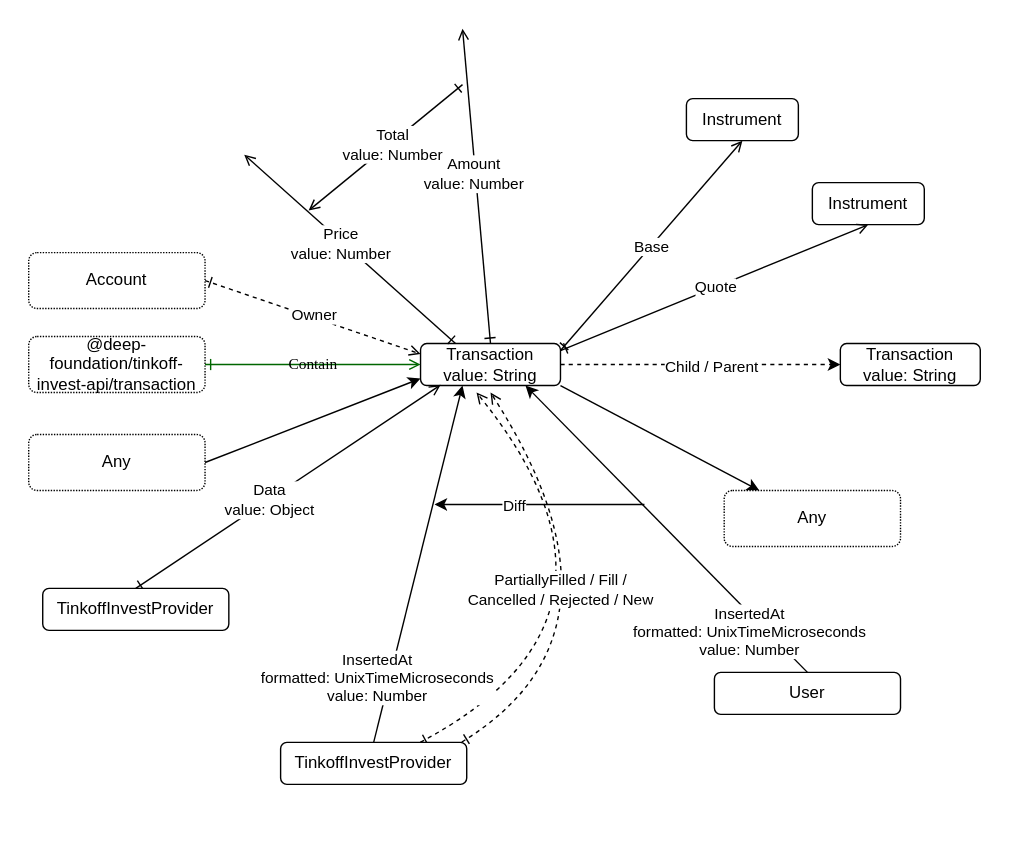
Earlier version of the draw.io export src/transaction/Transaction.drawio.svg (suenot/deep-tinkoff-invest-api). Source tidied: cells renumbered, new cells last; positions are measured from the earlier drawing's top-left corner, leaving out a move shared by most shapes.
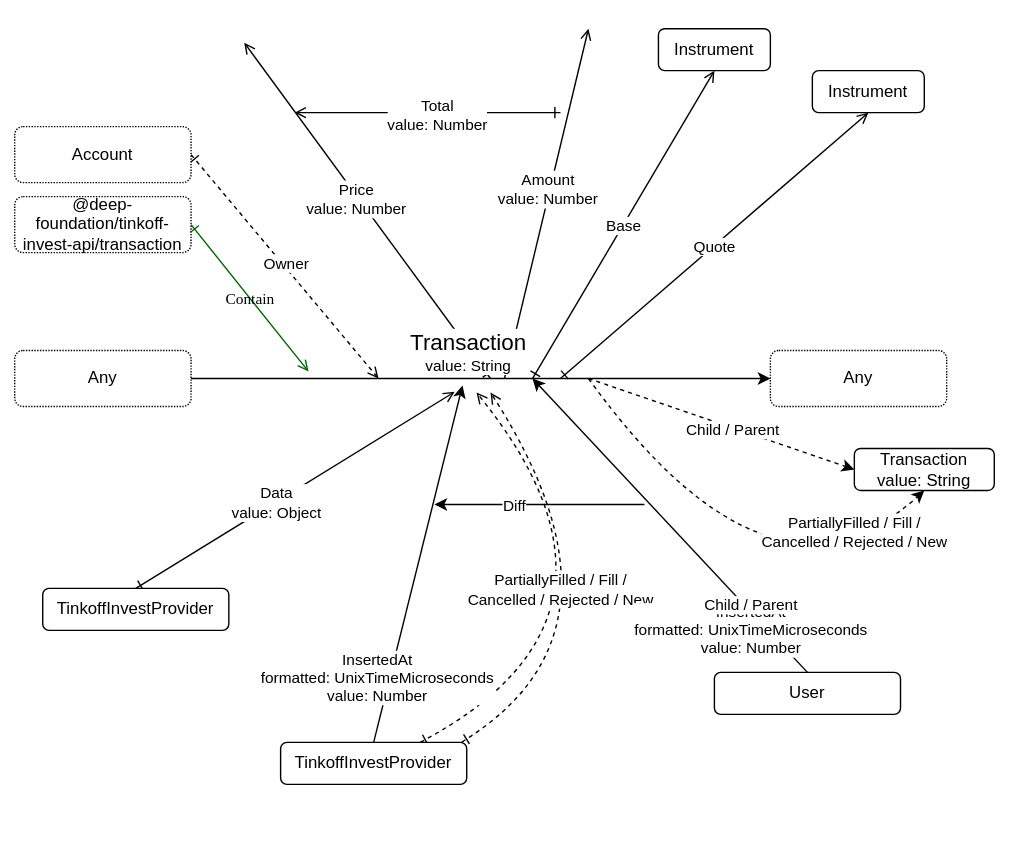
After the change.

Change to the diagram source:
```diff
@@ -5,81 +5,85 @@
     <mxCell id="2" style="rounded=0;whiteSpace=wrap;html=1;strokeColor=none;" parent="1" vertex="1">
       <mxGeometry width="730" height="600" as="geometry" />
     </mxCell>
-    <mxCell id="3" style="edgeStyle=none;html=1;exitX=0.5;exitY=0;exitDx=0;exitDy=0;startArrow=ERone;startFill=0;endArrow=open;endFill=0;" parent="1" edge="1" source="8">
+    <mxCell id="3" style="edgeStyle=none;html=1;startArrow=ERone;startFill=0;endArrow=open;endFill=0;" parent="1" edge="1">
       <mxGeometry relative="1" as="geometry">
-        <mxPoint x="330" y="20" as="targetPoint" />
+        <mxPoint x="360" y="270" as="sourcePoint" />
+        <mxPoint x="420" y="20" as="targetPoint" />
       </mxGeometry>
     </mxCell>
     <mxCell id="4" value="Amount&lt;br&gt;value: Number" style="edgeLabel;html=1;align=center;verticalAlign=middle;" parent="3" vertex="1">
       <mxGeometry x="0.08" y="2" relative="1" as="geometry" />
     </mxCell>
-    <mxCell id="5" style="edgeStyle=none;html=1;exitX=1;exitY=1;exitDx=0;exitDy=0;strokeColor=#000000;" parent="1" edge="1" source="8" target="33">
-      <mxGeometry relative="1" as="geometry" />
-    </mxCell>
-    <mxCell id="6" style="edgeStyle=none;curved=1;html=1;exitX=1;exitY=0.5;exitDx=0;exitDy=0;entryX=0;entryY=0.5;entryDx=0;entryDy=0;dashed=1;fontSize=11;strokeColor=#000000;" parent="1" edge="1" source="8" target="39">
-      <mxGeometry relative="1" as="geometry" />
+    <mxCell id="6" style="edgeStyle=none;curved=1;html=1;entryX=0;entryY=0.5;entryDx=0;entryDy=0;dashed=1;fontSize=11;strokeColor=#000000;" parent="1" edge="1" target="39">
+      <mxGeometry relative="1" as="geometry">
+        <mxPoint x="420" y="270" as="sourcePoint" />
+      </mxGeometry>
     </mxCell>
     <mxCell id="7" value="Child / Parent" style="edgeLabel;html=1;align=center;verticalAlign=middle;fontSize=11;" parent="6" vertex="1">
       <mxGeometry x="0.07" y="-1" relative="1" as="geometry" />
     </mxCell>
-    <mxCell id="8" value="Transaction&lt;br&gt;value: String" style="rounded=1;whiteSpace=wrap;html=1;labelBackgroundColor=none;" parent="1" vertex="1">
-      <mxGeometry x="300" y="245" width="100" height="30" as="geometry" />
-    </mxCell>
     <mxCell id="9" style="edgeStyle=none;html=1;startArrow=ERone;startFill=0;endArrow=open;endFill=0;" parent="1" edge="1">
       <mxGeometry relative="1" as="geometry">
-        <mxPoint x="330" y="60" as="sourcePoint" />
-        <mxPoint x="220" y="150" as="targetPoint" />
+        <mxPoint x="400" y="80" as="sourcePoint" />
+        <mxPoint x="210" y="80" as="targetPoint" />
       </mxGeometry>
     </mxCell>
     <mxCell id="10" value="Total&lt;br&gt;value: Number" style="edgeLabel;html=1;align=center;verticalAlign=middle;" parent="9" vertex="1">
       <mxGeometry x="-0.07" y="1" relative="1" as="geometry" />
     </mxCell>
-    <mxCell id="11" style="edgeStyle=none;html=1;exitX=0.25;exitY=0;exitDx=0;exitDy=0;startArrow=ERone;startFill=0;endArrow=open;endFill=0;entryX=0.5;entryY=1;entryDx=0;entryDy=0;" parent="1" edge="1" source="8">
+    <mxCell id="11" style="edgeStyle=none;html=1;startArrow=ERone;startFill=0;endArrow=open;endFill=0;" parent="1" edge="1">
       <mxGeometry relative="1" as="geometry">
-        <mxPoint x="174" y="110" as="targetPoint" />
+        <mxPoint x="350" y="270" as="sourcePoint" />
+        <mxPoint x="174" y="30" as="targetPoint" />
       </mxGeometry>
     </mxCell>
     <mxCell id="12" value="Price&lt;br&gt;value: Number" style="edgeLabel;html=1;align=center;verticalAlign=middle;" parent="11" vertex="1">
       <mxGeometry x="0.08" y="2" relative="1" as="geometry" />
     </mxCell>
-    <mxCell id="13" style="edgeStyle=none;html=1;exitX=1;exitY=0.5;exitDx=0;exitDy=0;startArrow=ERone;startFill=0;entryX=0;entryY=0.25;entryDx=0;entryDy=0;endArrow=open;endFill=0;dashed=1;strokeColor=#000000;" parent="1" edge="1" source="15" target="8">
-      <mxGeometry relative="1" as="geometry" />
+    <mxCell id="13" style="edgeStyle=none;html=1;exitX=1;exitY=0.5;exitDx=0;exitDy=0;startArrow=ERone;startFill=0;endArrow=open;endFill=0;dashed=1;strokeColor=#000000;" parent="1" edge="1" source="15">
+      <mxGeometry relative="1" as="geometry">
+        <mxPoint x="270" y="270" as="targetPoint" />
+      </mxGeometry>
     </mxCell>
     <mxCell id="14" value="Owner" style="edgeLabel;html=1;align=center;verticalAlign=middle;" parent="13" vertex="1">
       <mxGeometry x="-0.01" y="2" relative="1" as="geometry" />
     </mxCell>
     <mxCell id="15" value="Account" style="rounded=1;whiteSpace=wrap;html=1;labelBackgroundColor=none;dashed=1;dashPattern=1 1;" parent="1" vertex="1">
-      <mxGeometry x="20" y="180" width="126" height="40" as="geometry" />
+      <mxGeometry x="10" y="90" width="126" height="40" as="geometry" />
     </mxCell>
     <mxCell id="16" value="@deep-foundation/tinkoff-invest-api/transaction" style="rounded=1;whiteSpace=wrap;html=1;labelBackgroundColor=none;dashed=1;dashPattern=1 1;" parent="1" vertex="1">
-      <mxGeometry x="20" y="240" width="126" height="40" as="geometry" />
+      <mxGeometry x="10" y="140" width="126" height="40" as="geometry" />
     </mxCell>
-    <mxCell id="17" value="Contain" style="jettySize=auto;html=1;shadow=0;labelBackgroundColor=none;startArrow=ERone;startFill=0;endArrow=open;endFill=0;fontColor=#000000;fontFamily=Comic Sans MS;entryX=0;entryY=0.5;entryDx=0;entryDy=0;exitX=1;exitY=0.5;exitDx=0;exitDy=0;strokeColor=#006600;" parent="1" edge="1" source="16" target="8">
-      <mxGeometry relative="1" as="geometry" />
+    <mxCell id="17" value="Contain" style="jettySize=auto;html=1;shadow=0;labelBackgroundColor=none;startArrow=ERone;startFill=0;endArrow=open;endFill=0;fontColor=#000000;fontFamily=Comic Sans MS;exitX=1;exitY=0.5;exitDx=0;exitDy=0;strokeColor=#006600;" parent="1" edge="1" source="16">
+      <mxGeometry relative="1" as="geometry">
+        <mxPoint x="220" y="265" as="targetPoint" />
+      </mxGeometry>
     </mxCell>
-    <mxCell id="18" style="edgeStyle=none;html=1;exitX=0.5;exitY=0;exitDx=0;exitDy=0;startArrow=ERone;startFill=0;endArrow=open;endFill=0;entryX=0.144;entryY=0.984;entryDx=0;entryDy=0;entryPerimeter=0;" parent="1" edge="1" source="34" target="8">
-      <mxGeometry relative="1" as="geometry" />
+    <mxCell id="18" style="edgeStyle=none;html=1;exitX=0.5;exitY=0;exitDx=0;exitDy=0;startArrow=ERone;startFill=0;endArrow=open;endFill=0;entryX=0.144;entryY=0.984;entryDx=0;entryDy=0;entryPerimeter=0;" parent="1" edge="1" source="34">
+      <mxGeometry relative="1" as="geometry">
+        <mxPoint x="324.4" y="279.5" as="targetPoint" />
+      </mxGeometry>
     </mxCell>
     <mxCell id="19" value="Data&lt;br&gt;value: Object" style="edgeLabel;html=1;align=center;verticalAlign=middle;" parent="18" vertex="1">
       <mxGeometry x="-0.12" relative="1" as="geometry" />
     </mxCell>
     <mxCell id="20" value="Instrument" style="rounded=1;whiteSpace=wrap;html=1;labelBackgroundColor=none;" parent="1" vertex="1">
-      <mxGeometry x="580" y="130" width="80" height="30" as="geometry" />
+      <mxGeometry x="580" y="50" width="80" height="30" as="geometry" />
     </mxCell>
     <mxCell id="21" style="edgeStyle=none;html=1;startArrow=ERone;startFill=0;entryX=0.5;entryY=1;entryDx=0;entryDy=0;endArrow=open;endFill=0;strokeColor=#000000;" parent="1" edge="1" target="20">
       <mxGeometry relative="1" as="geometry">
-        <mxPoint x="400" y="250" as="sourcePoint" />
+        <mxPoint x="400" y="270" as="sourcePoint" />
       </mxGeometry>
     </mxCell>
     <mxCell id="22" value="Quote" style="edgeLabel;html=1;align=center;verticalAlign=middle;" parent="21" vertex="1">
       <mxGeometry relative="1" as="geometry" />
     </mxCell>
     <mxCell id="23" value="Instrument" style="rounded=1;whiteSpace=wrap;html=1;labelBackgroundColor=none;" parent="1" vertex="1">
-      <mxGeometry x="490" y="70" width="80" height="30" as="geometry" />
+      <mxGeometry x="470" y="20" width="80" height="30" as="geometry" />
     </mxCell>
     <mxCell id="24" style="edgeStyle=none;html=1;startArrow=ERone;startFill=0;entryX=0.5;entryY=1;entryDx=0;entryDy=0;endArrow=open;endFill=0;strokeColor=#000000;" parent="1" edge="1" target="23">
       <mxGeometry relative="1" as="geometry">
-        <mxPoint x="400" y="250" as="sourcePoint" />
+        <mxPoint x="380" y="270" as="sourcePoint" />
       </mxGeometry>
     </mxCell>
     <mxCell id="25" value="Base" style="edgeLabel;html=1;align=center;verticalAlign=middle;" parent="24" vertex="1">
@@ -116,20 +120,27 @@
     </mxCell>
     <mxCell id="31" style="edgeStyle=none;html=1;exitX=1;exitY=0.5;exitDx=0;exitDy=0;strokeColor=#000000;" parent="1" edge="1" source="32">
       <mxGeometry relative="1" as="geometry">
-        <mxPoint x="300" y="270" as="targetPoint" />
+        <mxPoint x="550" y="270" as="targetPoint" />
       </mxGeometry>
     </mxCell>
+    <mxCell id="8" value="&lt;font&gt;&lt;span style=&quot;font-size: 16px&quot;&gt;Transaction&lt;/span&gt;&lt;br&gt;&lt;font style=&quot;font-size: 11px&quot;&gt;value: String&lt;/font&gt;&lt;br&gt;&lt;/font&gt;" style="edgeLabel;html=1;align=center;verticalAlign=middle;points=[];fontSize=11;" parent="31" vertex="1">
+      <mxGeometry x="-0.11" relative="1" as="geometry">
+        <mxPoint x="13" y="-20" as="offset" />
+      </mxGeometry>
+    </mxCell>
     <mxCell id="32" value="Any" style="rounded=1;whiteSpace=wrap;html=1;labelBackgroundColor=none;dashed=1;dashPattern=1 1;" parent="1" vertex="1">
-      <mxGeometry x="20" y="310" width="126" height="40" as="geometry" />
+      <mxGeometry x="10" y="250" width="126" height="40" as="geometry" />
     </mxCell>
     <mxCell id="33" value="Any" style="rounded=1;whiteSpace=wrap;html=1;labelBackgroundColor=none;dashed=1;dashPattern=1 1;" parent="1" vertex="1">
-      <mxGeometry x="517" y="350" width="126" height="40" as="geometry" />
+      <mxGeometry x="550" y="250" width="126" height="40" as="geometry" />
     </mxCell>
     <mxCell id="34" value="TinkoffInvestProvider" style="rounded=1;whiteSpace=wrap;html=1;labelBackgroundColor=none;" parent="1" vertex="1">
       <mxGeometry x="30" y="420" width="133" height="30" as="geometry" />
     </mxCell>
-    <mxCell id="35" value="InsertedAt&lt;br&gt;formatted: UnixTimeMicroseconds&amp;nbsp;&lt;br&gt;value: Number" style="edgeStyle=none;html=1;exitX=0.5;exitY=0;exitDx=0;exitDy=0;entryX=0.75;entryY=1;entryDx=0;entryDy=0;" parent="1" edge="1" source="36" target="8">
-      <mxGeometry x="-0.66" y="9" relative="1" as="geometry" />
+    <mxCell id="35" value="InsertedAt&lt;br&gt;formatted: UnixTimeMicroseconds&amp;nbsp;&lt;br&gt;value: Number" style="edgeStyle=none;html=1;exitX=0.5;exitY=0;exitDx=0;exitDy=0;" parent="1" edge="1" source="36">
+      <mxGeometry x="-0.66" y="9" relative="1" as="geometry">
+        <mxPoint x="380" y="270" as="targetPoint" />
+      </mxGeometry>
     </mxCell>
     <mxCell id="36" value="User" style="rounded=1;whiteSpace=wrap;html=1;labelBackgroundColor=none;" parent="1" vertex="1">
       <mxGeometry x="510" y="480" width="133" height="30" as="geometry" />
@@ -144,7 +155,23 @@
       <mxGeometry x="0.24" relative="1" as="geometry" />
     </mxCell>
     <mxCell id="39" value="Transaction&lt;br&gt;value: String" style="rounded=1;whiteSpace=wrap;html=1;labelBackgroundColor=none;" parent="1" vertex="1">
-      <mxGeometry x="600" y="245" width="100" height="30" as="geometry" />
+      <mxGeometry x="610" y="320" width="100" height="30" as="geometry" />
     </mxCell>
+    <mxCell id="40" style="edgeStyle=none;curved=1;html=1;entryX=0.5;entryY=1;entryDx=0;entryDy=0;dashed=1;fontSize=11;strokeColor=#000000;" parent="1" edge="1" target="39">
+      <mxGeometry relative="1" as="geometry">
+        <mxPoint x="420" y="270" as="sourcePoint" />
+        <Array as="points">
+          <mxPoint x="550" y="450" />
+        </Array>
+      </mxGeometry>
+    </mxCell>
+    <mxCell id="41" value="Child / Parent" style="edgeLabel;html=1;align=center;verticalAlign=middle;fontSize=11;" parent="40" vertex="1">
+      <mxGeometry x="0.07" y="-1" relative="1" as="geometry" />
+    </mxCell>
+    <mxCell id="42" value="&lt;font style=&quot;font-size: 11px;&quot;&gt;PartiallyFilled / Fill /&lt;br style=&quot;font-size: 11px;&quot;&gt;Cancelled / Rejected / New&lt;/font&gt;" style="edgeLabel;html=1;align=center;verticalAlign=middle;fontSize=11;" parent="40" vertex="1">
+      <mxGeometry x="-0.05" y="32" relative="1" as="geometry">
+        <mxPoint x="61" y="-14" as="offset" />
+      </mxGeometry>
+    </mxCell>
   </root>
 </mxGraphModel>
```
